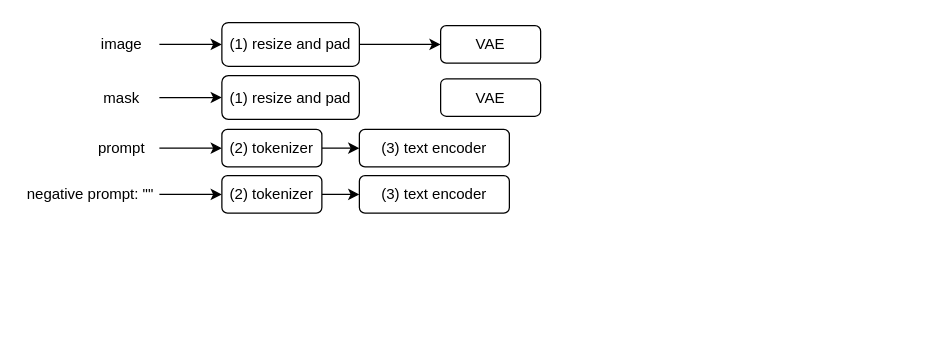
UriKH/Inpainting-StableDiffusion-pipeline keeps this draw.io diagram as Untitled Diagram.drawio. Above is the earlier version. Source tidied: cells renumbered, new cells numbered last; positions are measured from the earlier drawing's top-left corner, leaving out a move shared by most shapes. Both pictures are drawn from the tidied source at 125%, with x=0, y=0 at pixel (21, 22).
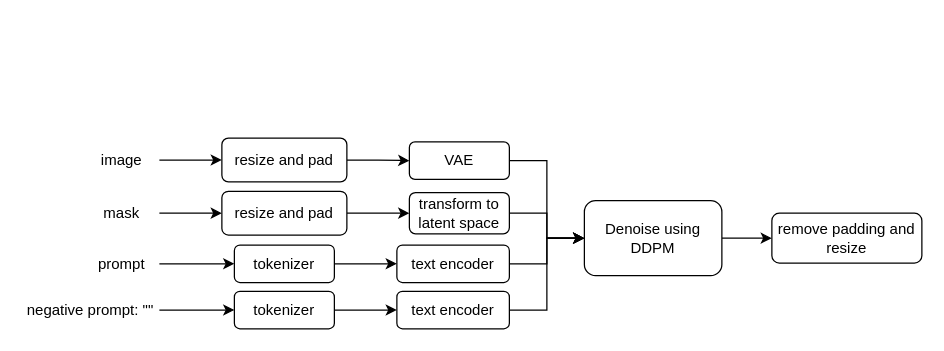
The same page after the edit.

Commit message:
finished general scheme.drawio

The edit, as a diff of the source:
```diff
@@
+    <mxCell id="21" style="edgeStyle=orthogonalEdgeStyle;rounded=0;jettySize=auto;html=1;exitX=1;exitY=0.5;exitDx=0;exitDy=0;entryX=0;entryY=0.5;entryDx=0;entryDy=0;" parent="1" edge="1" source="2" target="27">
+      <mxGeometry relative="1" as="geometry" />
+    </mxCell>
-    <mxCell id="2" value="(3) text encoder" style="rounded=1;whiteSpace=wrap;html=1;" parent="1" vertex="1">
-      <mxGeometry x="270" y="85" width="120" height="30" as="geometry" />
+    <mxCell id="2" value="text encoder" style="rounded=1;whiteSpace=wrap;html=1;" parent="1" vertex="1">
+      <mxGeometry x="300" y="177.5" width="90" height="30" as="geometry" />
     </mxCell>
@@
     <mxCell id="4" value="image" style="text;html=1;whiteSpace=wrap;strokeColor=none;fillColor=none;align=center;verticalAlign=middle;rounded=0;" parent="1" vertex="1">
-      <mxGeometry x="50" y="2" width="60" height="30" as="geometry" />
+      <mxGeometry x="50" y="94.5" width="60" height="30" as="geometry" />
     </mxCell>
@@
     <mxCell id="6" value="mask" style="text;html=1;whiteSpace=wrap;strokeColor=none;fillColor=none;align=center;verticalAlign=middle;rounded=0;" parent="1" vertex="1">
-      <mxGeometry x="50" y="44.5" width="60" height="30" as="geometry" />
+      <mxGeometry x="50" y="137" width="60" height="30" as="geometry" />
     </mxCell>
@@
     <mxCell id="8" value="prompt" style="text;html=1;whiteSpace=wrap;strokeColor=none;fillColor=none;align=center;verticalAlign=middle;rounded=0;" parent="1" vertex="1">
-      <mxGeometry x="50" y="85" width="60" height="30" as="geometry" />
+      <mxGeometry x="50" y="177.5" width="60" height="30" as="geometry" />
     </mxCell>
@@
-    <mxCell id="10" value="(1) resize and pad" style="rounded=1;whiteSpace=wrap;html=1;" parent="1" vertex="1">
-      <mxGeometry x="160" y="-0.5" width="110" height="35" as="geometry" />
+    <mxCell id="10" value="resize and pad" style="rounded=1;whiteSpace=wrap;html=1;" parent="1" vertex="1">
+      <mxGeometry x="160" y="92" width="100" height="35" as="geometry" />
     </mxCell>
+    <mxCell id="22" style="edgeStyle=orthogonalEdgeStyle;rounded=0;jettySize=auto;html=1;" parent="1" edge="1" source="11" target="20">
+      <mxGeometry relative="1" as="geometry" />
+    </mxCell>
-    <mxCell id="11" value="(1) resize and pad" style="rounded=1;whiteSpace=wrap;html=1;" parent="1" vertex="1">
-      <mxGeometry x="160" y="42" width="110" height="35" as="geometry" />
+    <mxCell id="11" value="resize and pad" style="rounded=1;whiteSpace=wrap;html=1;" parent="1" vertex="1">
+      <mxGeometry x="160" y="134.5" width="100" height="35" as="geometry" />
     </mxCell>
@@
-    <mxCell id="13" value="(2) tokenizer" style="rounded=1;whiteSpace=wrap;html=1;" parent="1" vertex="1">
-      <mxGeometry x="160" y="85" width="80" height="30" as="geometry" />
+    <mxCell id="13" value="tokenizer" style="rounded=1;whiteSpace=wrap;html=1;" parent="1" vertex="1">
+      <mxGeometry x="170" y="177.5" width="80" height="30" as="geometry" />
     </mxCell>
@@
     <mxCell id="15" value="negative prompt: &quot;&quot;" style="text;html=1;whiteSpace=wrap;strokeColor=none;fillColor=none;align=center;verticalAlign=middle;rounded=0;" parent="1" vertex="1">
-      <mxGeometry y="122" width="110" height="30" as="geometry" />
+      <mxGeometry y="214.5" width="110" height="30" as="geometry" />
     </mxCell>
+    <mxCell id="23" style="edgeStyle=orthogonalEdgeStyle;rounded=0;jettySize=auto;html=1;exitX=1;exitY=0.5;exitDx=0;exitDy=0;entryX=0;entryY=0.5;entryDx=0;entryDy=0;" parent="1" edge="1" source="16" target="27">
+      <mxGeometry relative="1" as="geometry" />
+    </mxCell>
-    <mxCell id="16" value="(3) text encoder" style="rounded=1;whiteSpace=wrap;html=1;" parent="1" vertex="1">
-      <mxGeometry x="270" y="122" width="120" height="30" as="geometry" />
+    <mxCell id="16" value="&lt;div&gt;&lt;span style=&quot;background-color: transparent; color: light-dark(rgb(0, 0, 0), rgb(255, 255, 255));&quot;&gt;text encoder&lt;/span&gt;&lt;/div&gt;" style="rounded=1;whiteSpace=wrap;html=1;" parent="1" vertex="1">
+      <mxGeometry x="300" y="214.5" width="90" height="30" as="geometry" />
     </mxCell>
@@
-    <mxCell id="18" value="(2) tokenizer" style="rounded=1;whiteSpace=wrap;html=1;" parent="1" vertex="1">
-      <mxGeometry x="160" y="122" width="80" height="30" as="geometry" />
+    <mxCell id="18" value="tokenizer" style="rounded=1;whiteSpace=wrap;html=1;" parent="1" vertex="1">
+      <mxGeometry x="170" y="214.5" width="80" height="30" as="geometry" />
     </mxCell>
+    <mxCell id="24" style="edgeStyle=orthogonalEdgeStyle;rounded=0;jettySize=auto;html=1;exitX=1;exitY=0.5;exitDx=0;exitDy=0;entryX=0;entryY=0.5;entryDx=0;entryDy=0;" parent="1" edge="1" source="19" target="27">
+      <mxGeometry relative="1" as="geometry" />
+    </mxCell>
     <mxCell id="19" value="VAE" style="rounded=1;whiteSpace=wrap;html=1;" parent="1" vertex="1">
-      <mxGeometry x="335" y="2" width="80" height="30" as="geometry" />
+      <mxGeometry x="310" y="95" width="80" height="30" as="geometry" />
     </mxCell>
+    <mxCell id="25" style="edgeStyle=orthogonalEdgeStyle;rounded=0;jettySize=auto;html=1;exitX=1;exitY=0.5;exitDx=0;exitDy=0;entryX=0;entryY=0.5;entryDx=0;entryDy=0;" parent="1" edge="1" source="20" target="27">
+      <mxGeometry relative="1" as="geometry" />
+    </mxCell>
-    <mxCell id="20" value="VAE" style="rounded=1;whiteSpace=wrap;html=1;" parent="1" vertex="1">
-      <mxGeometry x="335" y="44.5" width="80" height="30" as="geometry" />
+    <mxCell id="20" value="transform to latent space" style="rounded=1;whiteSpace=wrap;html=1;" parent="1" vertex="1">
+      <mxGeometry x="310" y="135.5" width="80" height="33" as="geometry" />
     </mxCell>
+    <mxCell id="26" style="edgeStyle=orthogonalEdgeStyle;rounded=0;jettySize=auto;html=1;exitX=1;exitY=0.5;exitDx=0;exitDy=0;entryX=0;entryY=0.5;entryDx=0;entryDy=0;" parent="1" edge="1" source="27" target="28">
+      <mxGeometry relative="1" as="geometry" />
+    </mxCell>
+    <mxCell id="27" value="Denoise using DDPM" style="rounded=1;whiteSpace=wrap;html=1;" parent="1" vertex="1">
+      <mxGeometry x="450" y="142" width="110" height="60" as="geometry" />
+    </mxCell>
+    <mxCell id="28" value="remove padding and resize" style="rounded=1;whiteSpace=wrap;html=1;" parent="1" vertex="1">
+      <mxGeometry x="600" y="152" width="120" height="40" as="geometry" />
+    </mxCell>
```
